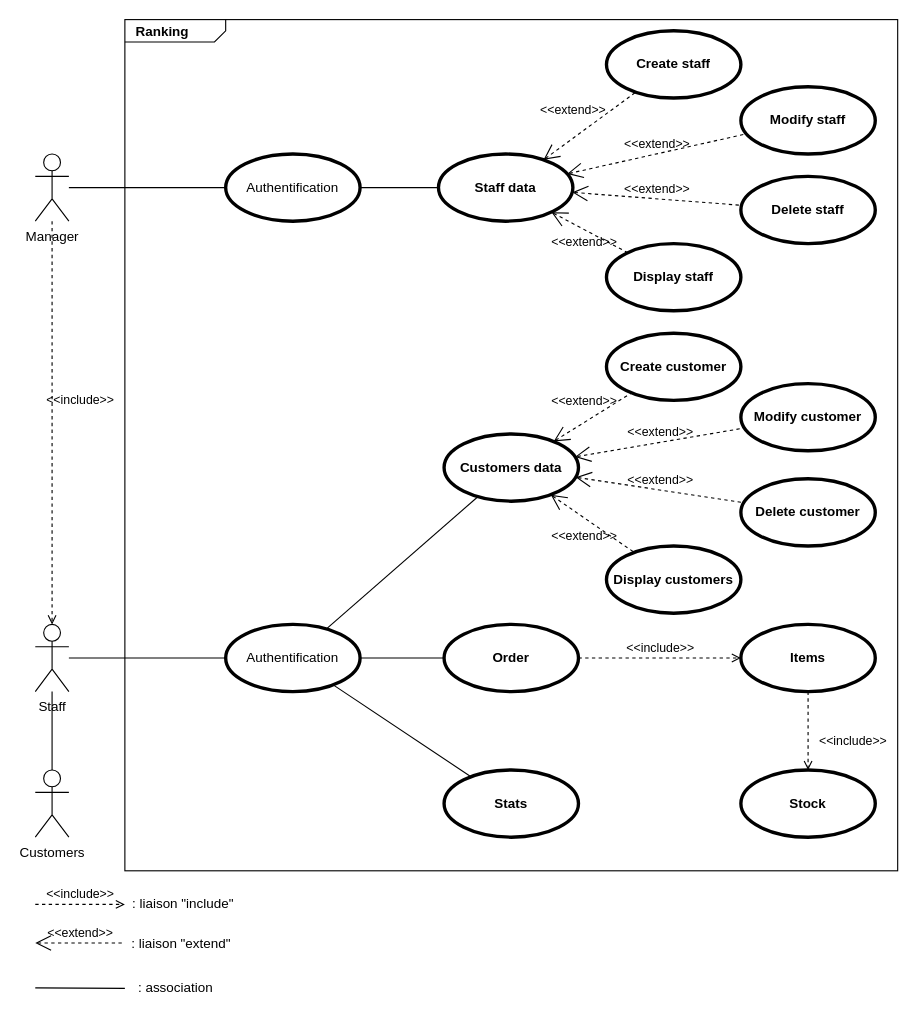
Earlier version of the draw.io diagram page "Diag use case" (1 of 5) of Diagrammes/diagrammes.drawio (pierre1316/Projet-POO-CPP-CLI). Source tidied: cells renumbered, new cells numbered last; positions are measured from the earlier drawing's top-left corner, leaving out a move shared by most shapes. Both pictures are drawn from the tidied source at 112%, with x=0, y=0 at pixel (35, 19).
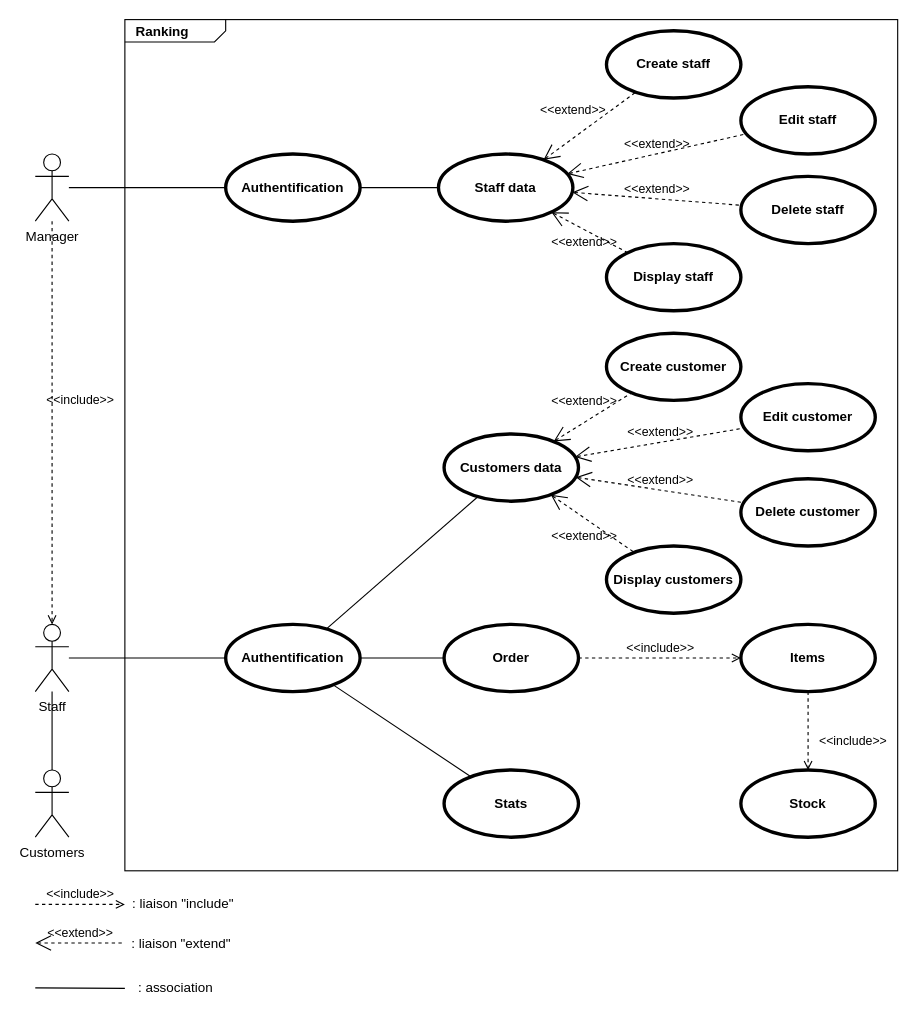
Above is the later version.

Diff of the diagram source:
```diff
@@
-    <mxCell id="11" value="Modify customer" style="shape=ellipse;html=1;strokeWidth=3;fontStyle=1;whiteSpace=wrap;align=center;perimeter=ellipsePerimeter;fillColor=none;" parent="1" vertex="1">
+    <mxCell id="11" value="Edit customer" style="shape=ellipse;html=1;strokeWidth=3;fontStyle=1;whiteSpace=wrap;align=center;perimeter=ellipsePerimeter;fillColor=none;" parent="1" vertex="1">
       <mxGeometry x="630" y="325" width="120" height="60" as="geometry" />
     </mxCell>
@@
-    <mxCell id="23" value="Modify staff" style="shape=ellipse;html=1;strokeWidth=3;fontStyle=1;whiteSpace=wrap;align=center;perimeter=ellipsePerimeter;fillColor=none;" parent="1" vertex="1">
+    <mxCell id="23" value="Edit staff" style="shape=ellipse;html=1;strokeWidth=3;fontStyle=1;whiteSpace=wrap;align=center;perimeter=ellipsePerimeter;fillColor=none;" parent="1" vertex="1">
       <mxGeometry x="630" y="60" width="120" height="60" as="geometry" />
     </mxCell>
@@
-    <mxCell id="37" value="&lt;span style=&quot;font-weight: 400&quot;&gt;Authentification&lt;/span&gt;" style="shape=ellipse;html=1;strokeWidth=3;fontStyle=1;whiteSpace=wrap;align=center;perimeter=ellipsePerimeter;fillColor=none;" parent="1" vertex="1">
+    <mxCell id="37" value="Authentification" style="shape=ellipse;html=1;strokeWidth=3;fontStyle=1;whiteSpace=wrap;align=center;perimeter=ellipsePerimeter;fillColor=none;" parent="1" vertex="1">
       <mxGeometry x="170" y="120" width="120" height="60" as="geometry" />
     </mxCell>
-    <mxCell id="38" value="&lt;span style=&quot;font-weight: 400&quot;&gt;Authentification&lt;/span&gt;" style="shape=ellipse;html=1;strokeWidth=3;fontStyle=1;whiteSpace=wrap;align=center;perimeter=ellipsePerimeter;fillColor=none;" parent="1" vertex="1">
+    <mxCell id="38" value="Authentification" style="shape=ellipse;html=1;strokeWidth=3;fontStyle=1;whiteSpace=wrap;align=center;perimeter=ellipsePerimeter;fillColor=none;" parent="1" vertex="1">
       <mxGeometry x="170" y="540" width="120" height="60" as="geometry" />
     </mxCell>
```
